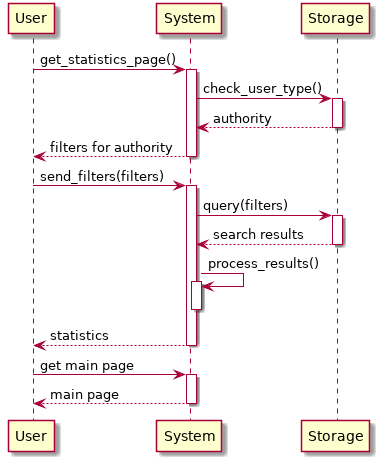
The PlantUML diagram RASD/images/useCases/information_mining_by_officers.png in GiorgioUghini/SafeStreets, before a commit. Its diagram source:
```plantuml
@startuml information_mining_by_officers
    participant User as U
    participant System as S
    participant Storage as ST

    autoactivate on

    U -> S: get_statistics_page()
    S -> ST: check_user_type()
    return authority
    return filters for authority
    U -> S: send_filters(filters)
    S -> ST: query(filters)
    return search results
    S -> S: process_results()
    deactivate S
    return statistics
    U -> S: get main page
    return main page
@enduml
```
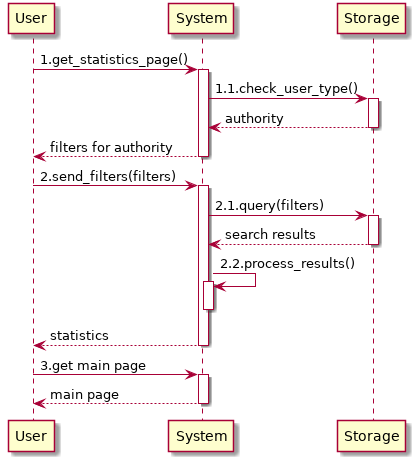
The same diagram one commit later.

Change to the diagram source:
```diff
@@ -5,16 +5,16 @@
 
     autoactivate on
 
-    U -> S: get_statistics_page()
-    S -> ST: check_user_type()
+    U -> S: 1.get_statistics_page()
+    S -> ST: 1.1.check_user_type()
     return authority
     return filters for authority
-    U -> S: send_filters(filters)
-    S -> ST: query(filters)
+    U -> S: 2.send_filters(filters)
+    S -> ST: 2.1.query(filters)
     return search results
-    S -> S: process_results()
+    S -> S: 2.2.process_results()
     deactivate S
     return statistics
-    U -> S: get main page
+    U -> S: 3.get main page
     return main page
 @enduml
```
